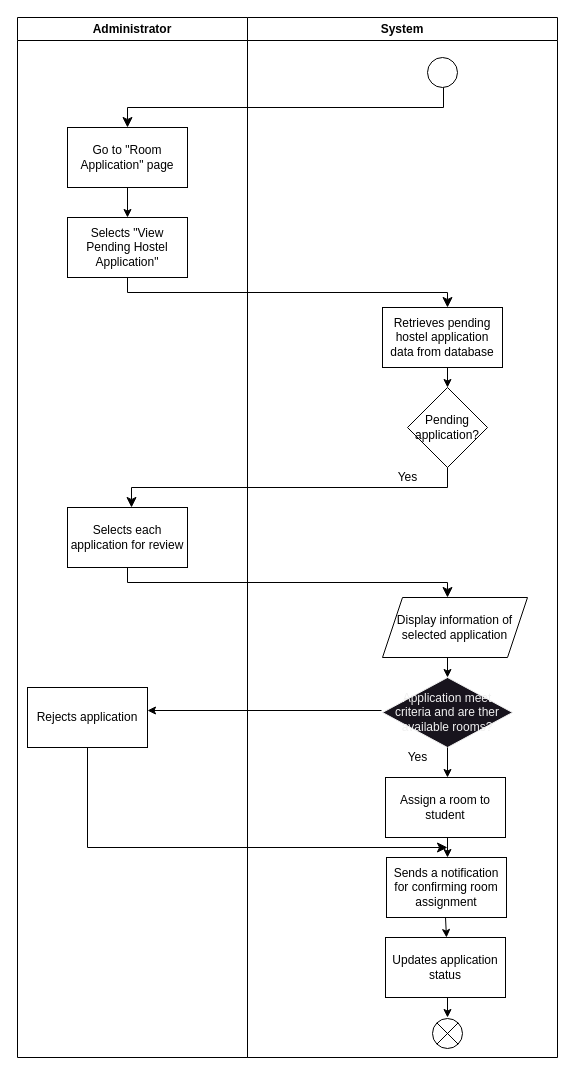
Above: project/drawio/stakeholder/activity diagram/uc19.drawio in drshahizan/software-engineering (draw.io), before the change. Source tidied: cells renumbered, new cells numbered last; positions are measured from the earlier drawing's top-left corner, leaving out a move shared by most shapes. Both pictures are drawn from the tidied source at 100%, with x=0, y=0 at pixel (17, 17).
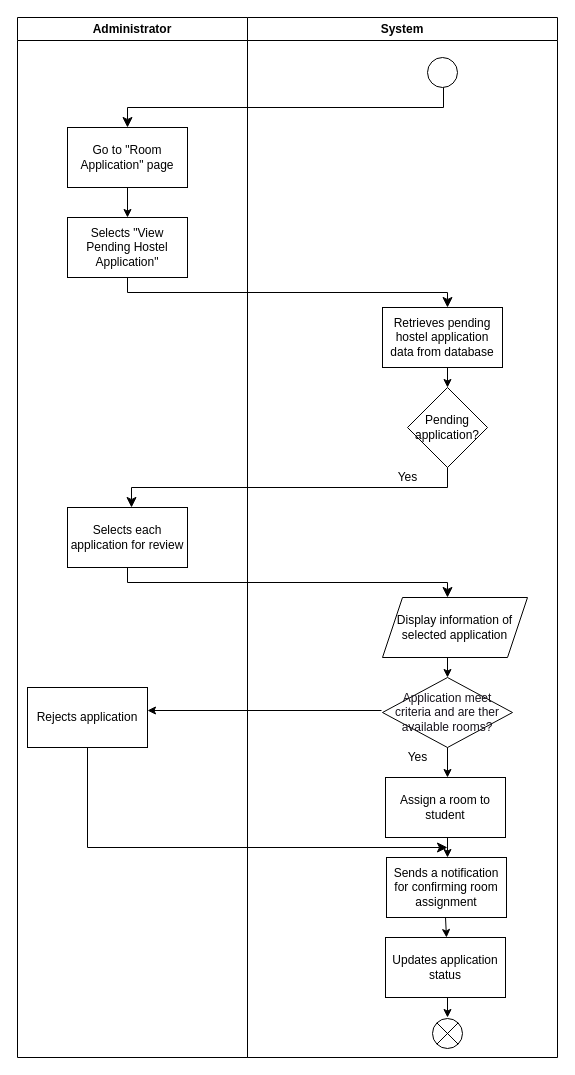
The same diagram, later.

Change to the diagram source:
```diff
@@
-    <mxCell id="17" value="Application meet criteria and are ther available rooms?" style="rhombus;whiteSpace=wrap;html=1;fontFamily=Helvetica;fontSize=12;fontColor=rgb(240, 240, 240);align=center;strokeColor=rgb(240, 240, 240);fillColor=rgb(24, 20, 29);" parent="1" vertex="1">
+    <mxCell id="17" value="&lt;font color=&quot;#18141d&quot;&gt;Application meet criteria and are ther available rooms?&lt;/font&gt;" style="rhombus;whiteSpace=wrap;html=1;fontFamily=Helvetica;fontSize=12;fontColor=rgb(240, 240, 240);align=center;strokeColor=#000000;fillColor=#FFFFFF;" parent="1" vertex="1">
       <mxGeometry x="365" y="660" width="130" height="70" as="geometry" />
     </mxCell>
```
